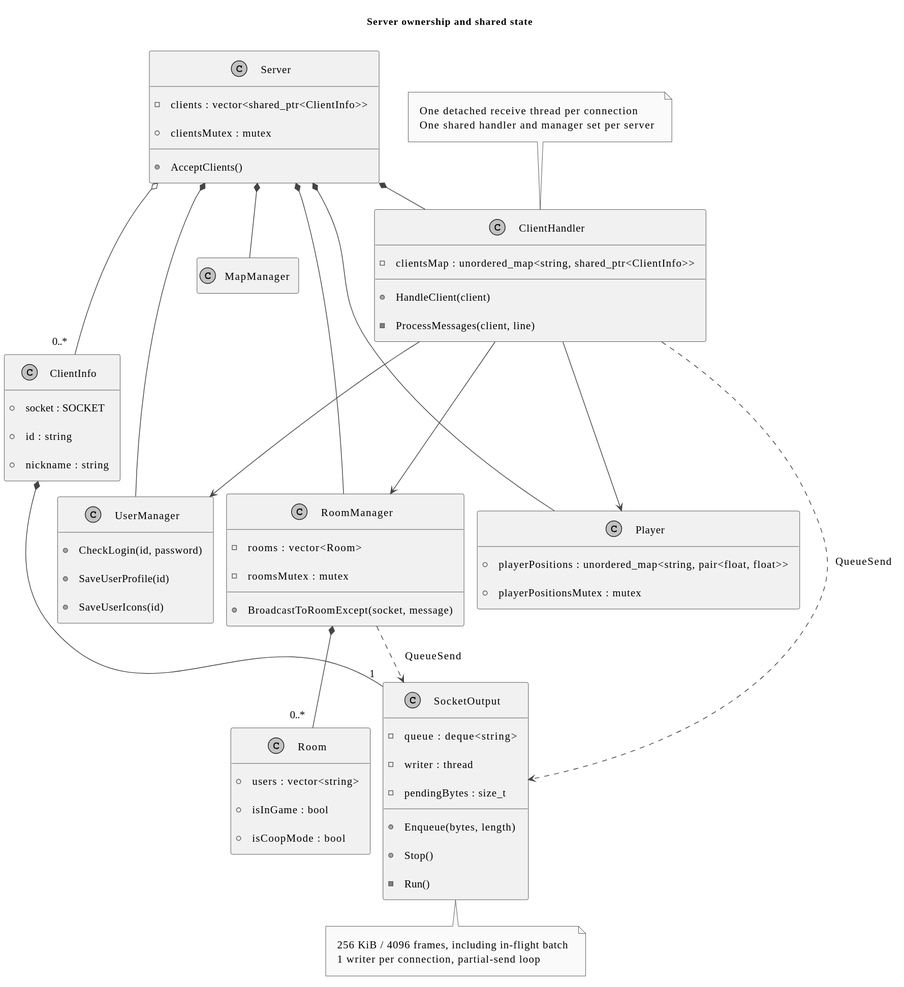
The PlantUML diagram docs/engineering/diagrams/server-classes-en.svg in YSL-RyuDo/BnBServer, before a commit.
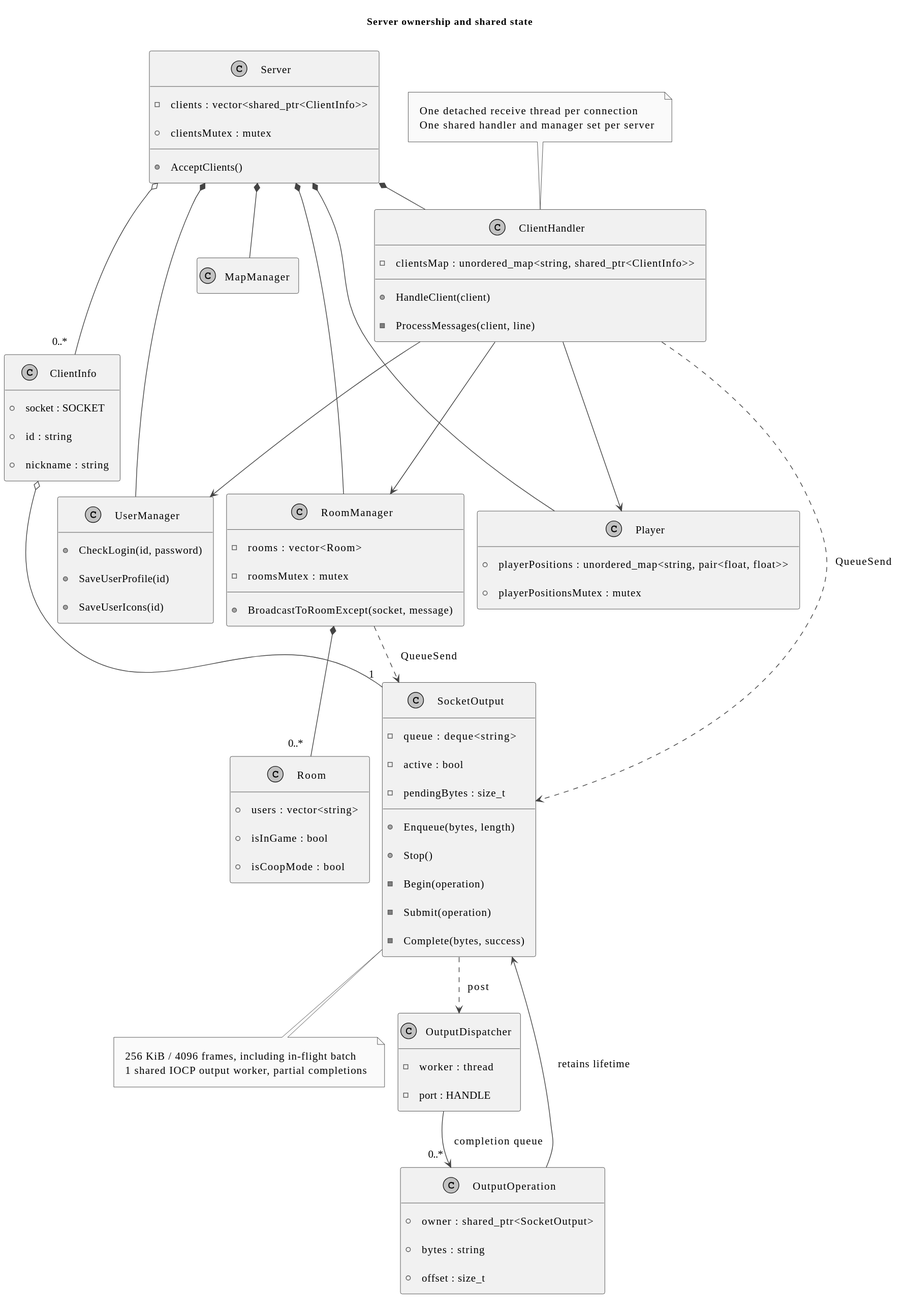
The same diagram one commit later.

Diff of the diagram source:
```diff
@@ -61,17 +61,31 @@
 end note
 class SocketOutput {
   - queue : deque<string>
-  - writer : thread
+  - active : bool
   - pendingBytes : size_t
   + Enqueue(bytes, length)
   + Stop()
-  - Run()
+  - Begin(operation)
+  - Submit(operation)
+  - Complete(bytes, success)
 }
-ClientInfo *-- "1" SocketOutput
+ClientInfo o-- "1" SocketOutput
 ClientHandler ..> SocketOutput : QueueSend
 RoomManager ..> SocketOutput : QueueSend
 note bottom of SocketOutput
 256 KiB / 4096 frames, including in-flight batch
-1 writer per connection, partial-send loop
+1 shared IOCP output worker, partial completions
 end note
+class OutputDispatcher {
+  - worker : thread
+  - port : HANDLE
+}
+class OutputOperation {
+  + owner : shared_ptr<SocketOutput>
+  + bytes : string
+  + offset : size_t
+}
+OutputDispatcher --> "0..*" OutputOperation : completion queue
+OutputOperation --> SocketOutput : retains lifetime
+SocketOutput ..> OutputDispatcher : post
 @enduml
```
